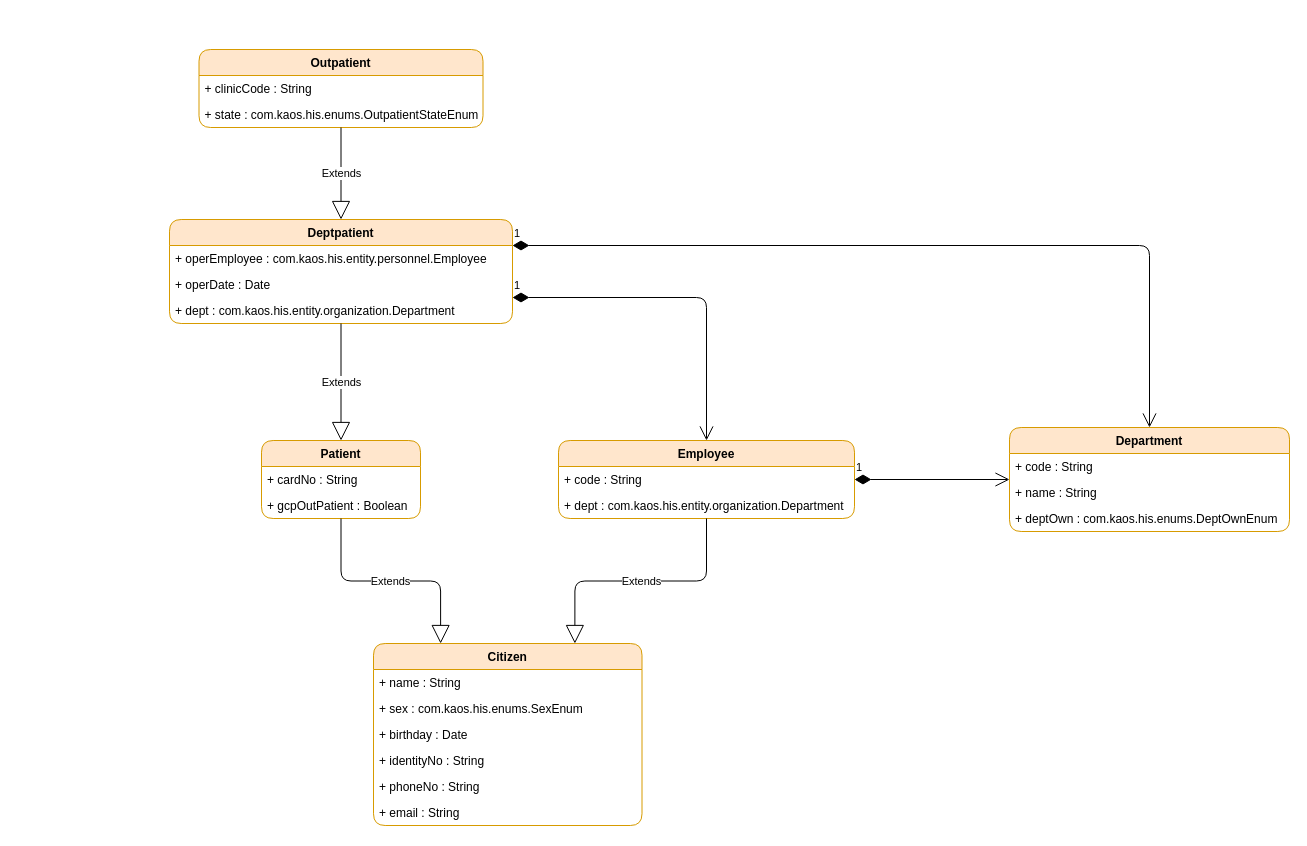
Earlier version of the draw.io diagram src/main/java/com/kaos/his/entity/Entity.drawio (walnut-qin/springboot.skynet). Source tidied: cells renumbered, new cells numbered last; positions are measured from the earlier drawing's top-left corner, leaving out a move shared by most shapes. Both pictures are drawn from the tidied source at 100%, with x=0, y=0 at pixel (169, 49).
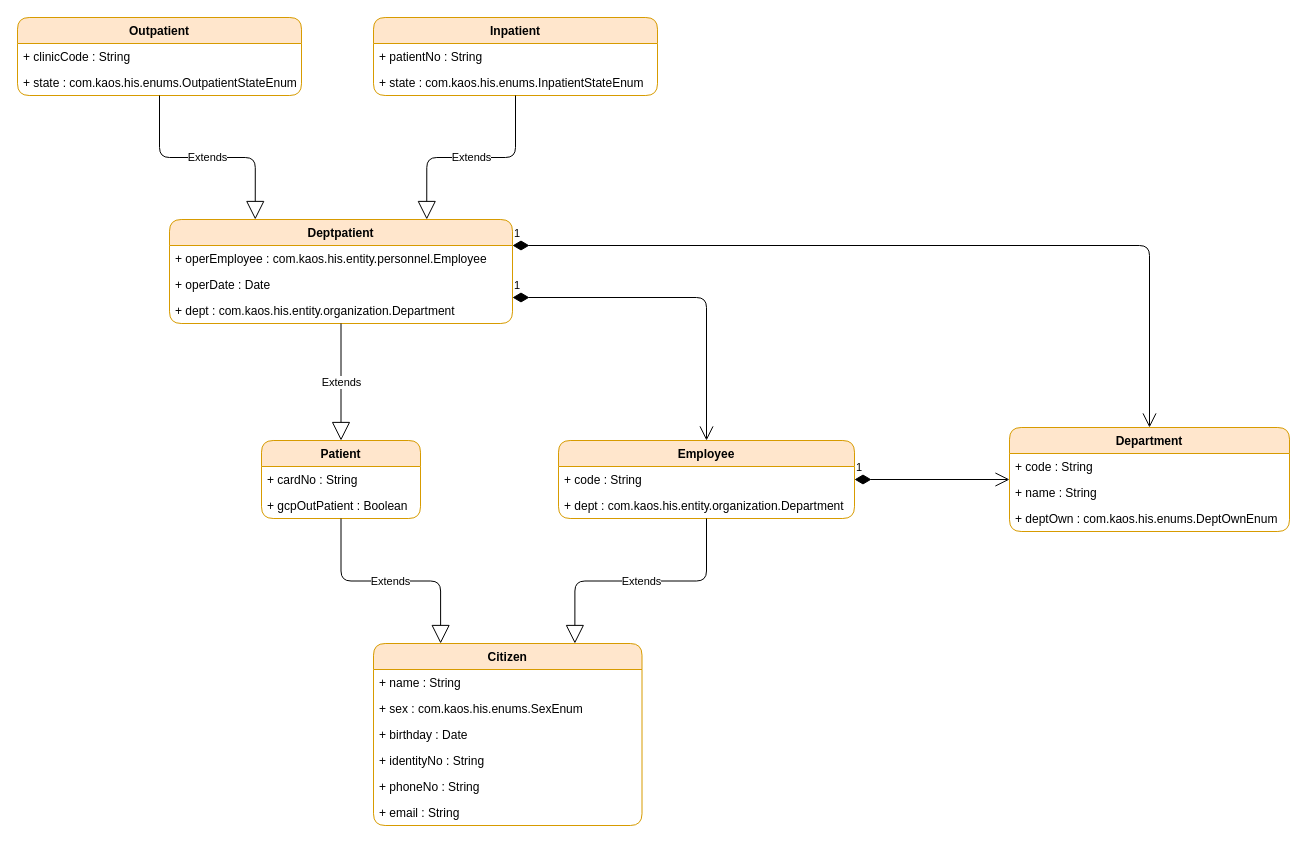
The same page after the edit.

The change refers to these unchanged cells:
```xml
<mxCell id="22" value="Deptpatient" style="swimlane;fontStyle=1;align=center;verticalAlign=top;horizontal=1;startSize=26;rounded=1;shadow=0;strokeColor=#d79b00;fillColor=#ffe6cc;swimlaneFillColor=#ffffff;glass=0;" parent="1" vertex="1">
  <mxGeometry y="170" width="343" height="104" as="geometry" />
</mxCell>
```

Diff of the diagram source:
```diff
@@
     <mxCell id="29" value="Outpatient" style="swimlane;fontStyle=1;align=center;verticalAlign=top;horizontal=1;startSize=26;rounded=1;shadow=0;strokeColor=#d79b00;fillColor=#ffe6cc;swimlaneFillColor=#ffffff;glass=0;" parent="1" vertex="1">
-      <mxGeometry x="29.5" width="284" height="78" as="geometry" />
+      <mxGeometry x="-152" y="-32" width="284" height="78" as="geometry" />
     </mxCell>
@@
-    <mxCell id="32" value="Extends" style="endArrow=block;endSize=16;endFill=0;html=1;exitX=0.5;exitY=1;exitDx=0;exitDy=0;edgeStyle=orthogonalEdgeStyle;entryX=0.5;entryY=0;entryDx=0;entryDy=0;" parent="1" edge="1" source="29" target="22">
+    <mxCell id="32" value="Extends" style="endArrow=block;endSize=16;endFill=0;html=1;exitX=0.5;exitY=1;exitDx=0;exitDy=0;edgeStyle=orthogonalEdgeStyle;entryX=0.25;entryY=0;entryDx=0;entryDy=0;" parent="1" edge="1" source="29" target="22">
       <mxGeometry relative="1" as="geometry" />
     </mxCell>
+    <mxCell id="33" value="Inpatient" style="swimlane;fontStyle=1;align=center;verticalAlign=top;horizontal=1;startSize=26;rounded=1;shadow=0;strokeColor=#d79b00;fillColor=#ffe6cc;swimlaneFillColor=#ffffff;glass=0;" parent="1" vertex="1">
+      <mxGeometry x="204" y="-32" width="284" height="78" as="geometry" />
+    </mxCell>
+    <mxCell id="34" value="+ patientNo : String" style="text;strokeColor=none;fillColor=none;align=left;verticalAlign=top;spacingLeft=4;spacingRight=4;overflow=hidden;" parent="33" vertex="1">
+      <mxGeometry y="26" width="284" height="26" as="geometry" />
+    </mxCell>
+    <mxCell id="35" value="+ state : com.kaos.his.enums.InpatientStateEnum" style="text;strokeColor=none;fillColor=none;align=left;verticalAlign=top;spacingLeft=4;spacingRight=4;overflow=hidden;" parent="33" vertex="1">
+      <mxGeometry y="52" width="284" height="26" as="geometry" />
+    </mxCell>
+    <mxCell id="36" value="Extends" style="endArrow=block;endSize=16;endFill=0;html=1;exitX=0.5;exitY=1;exitDx=0;exitDy=0;edgeStyle=orthogonalEdgeStyle;entryX=0.75;entryY=0;entryDx=0;entryDy=0;" parent="1" edge="1" source="33" target="22">
+      <mxGeometry relative="1" as="geometry" />
+    </mxCell>
```
